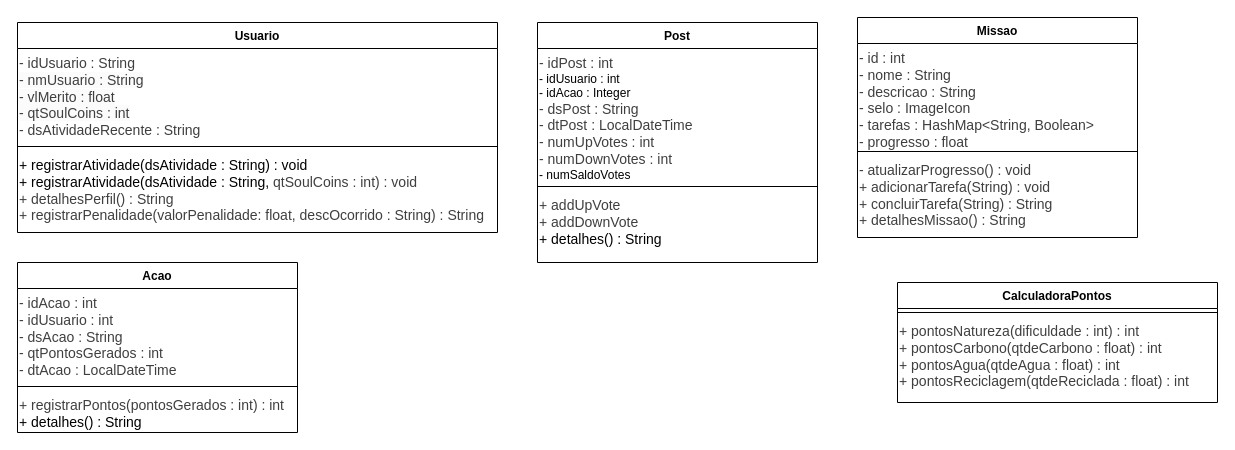
The draw.io diagram diagrams/diagrama-classes.drawio in SolConTech/ecoscore-java-db, before the edit. Source tidied: cells renumbered, new cells numbered last; positions are measured from the earlier drawing's top-left corner, leaving out a move shared by most shapes. Both pictures are drawn from the tidied source at 100%, with x=0, y=0 at pixel (17, 17).
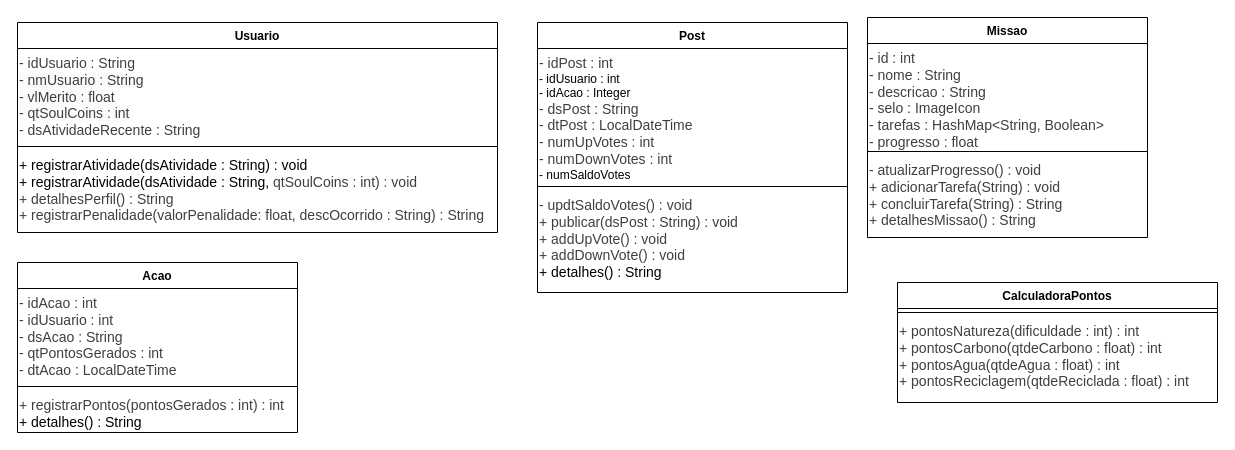
Above is the later version.

Commit message (it also covers changes not shown here):
feat: Classe Post criada.

Diff of the diagram source:
```diff
@@
     <mxCell id="13" value="Missao" style="swimlane;fontStyle=1;align=center;verticalAlign=top;horizontal=1;startSize=26;whiteSpace=wrap;html=1;" parent="1" vertex="1">
-      <mxGeometry x="840" width="280" height="220" as="geometry" />
+      <mxGeometry x="850" width="280" height="220" as="geometry" />
     </mxCell>
@@
     <mxCell id="17" value="Post" style="swimlane;fontStyle=1;align=center;verticalAlign=top;horizontal=1;startSize=26;whiteSpace=wrap;html=1;" parent="1" vertex="1">
-      <mxGeometry x="520" y="5" width="280" height="240" as="geometry" />
+      <mxGeometry x="520" y="5" width="310" height="270" as="geometry" />
     </mxCell>
     <mxCell id="18" value="&lt;font color=&quot;#000000&quot;&gt;&lt;span style=&quot;font-size: 14px; color: rgb(63, 63, 63);&quot;&gt;- idPost : int&lt;/span&gt;&lt;/font&gt;&lt;div&gt;&lt;font color=&quot;#000000&quot;&gt;- idUsuario : int&lt;/font&gt;&lt;/div&gt;&lt;div&gt;&lt;font color=&quot;#000000&quot;&gt;&lt;font color=&quot;#000000&quot;&gt;- idAcao : Integer&lt;br style=&quot;scrollbar-color: rgb(226, 226, 226) rgb(251, 251, 251); color: rgb(63, 63, 63);&quot;&gt;&lt;/font&gt;&lt;span style=&quot;color: rgb(63, 63, 63); font-size: 14px;&quot;&gt;- dsPost : String&lt;/span&gt;&lt;br style=&quot;scrollbar-color: rgb(226, 226, 226) rgb(251, 251, 251); font-size: 14px; color: rgb(63, 63, 63);&quot;&gt;&lt;span style=&quot;color: rgb(63, 63, 63); font-size: 14px;&quot;&gt;- dtPost : LocalDateTime&lt;/span&gt;&lt;/font&gt;&lt;/div&gt;&lt;div&gt;&lt;font color=&quot;#000000&quot;&gt;&lt;span style=&quot;color: rgb(63, 63, 63); font-size: 14px;&quot;&gt;- numUpVotes : int&lt;/span&gt;&lt;/font&gt;&lt;/div&gt;&lt;div&gt;&lt;font color=&quot;#000000&quot;&gt;&lt;span style=&quot;color: rgb(63, 63, 63); font-size: 14px;&quot;&gt;- numDownVotes : int&lt;/span&gt;&lt;/font&gt;&lt;/div&gt;&lt;div&gt;- numSaldoVotes&lt;/div&gt;" style="text;whiteSpace=wrap;html=1;" parent="17" vertex="1">
-      <mxGeometry y="26" width="280" height="134" as="geometry" />
+      <mxGeometry y="26" width="310" height="134" as="geometry" />
     </mxCell>
     <mxCell id="19" style="line;strokeWidth=1;fillColor=none;align=left;verticalAlign=middle;spacingTop=-1;spacingLeft=3;spacingRight=3;labelPosition=right;strokeColor=inherit;" parent="17" vertex="1">
-      <mxGeometry y="160" width="280" height="8" as="geometry" />
+      <mxGeometry y="160" width="310" height="8" as="geometry" />
     </mxCell>
-    <mxCell id="20" value="&lt;div style=&quot;scrollbar-color: rgb(226, 226, 226) rgb(251, 251, 251); color: rgb(63, 63, 63);&quot;&gt;&lt;font color=&quot;#000000&quot;&gt;&lt;span style=&quot;scrollbar-color: rgb(226, 226, 226) rgb(251, 251, 251); font-size: 14px; color: rgb(63, 63, 63);&quot;&gt;+ addUpVote&lt;/span&gt;&lt;/font&gt;&lt;/div&gt;&lt;div style=&quot;scrollbar-color: rgb(226, 226, 226) rgb(251, 251, 251); color: rgb(63, 63, 63);&quot;&gt;&lt;span style=&quot;font-size: 14px;&quot;&gt;+ addDownVote&lt;/span&gt;&lt;/div&gt;&lt;span style=&quot;scrollbar-color: rgb(226, 226, 226) rgb(251, 251, 251); font-size: 14px; color: rgb(63, 63, 63);&quot;&gt;&lt;font color=&quot;#000000&quot;&gt;+ detalhes() : String&lt;/font&gt;&lt;/span&gt;" style="text;whiteSpace=wrap;html=1;" parent="17" vertex="1">
-      <mxGeometry y="168" width="280" height="72" as="geometry" />
+    <mxCell id="20" value="&lt;div style=&quot;scrollbar-color: rgb(226, 226, 226) rgb(251, 251, 251); color: rgb(63, 63, 63);&quot;&gt;&lt;font color=&quot;#000000&quot;&gt;&lt;span style=&quot;scrollbar-color: rgb(226, 226, 226) rgb(251, 251, 251); font-size: 14px; color: rgb(63, 63, 63);&quot;&gt;- updtSaldoVotes() : void&lt;/span&gt;&lt;/font&gt;&lt;/div&gt;&lt;div style=&quot;scrollbar-color: rgb(226, 226, 226) rgb(251, 251, 251); color: rgb(63, 63, 63);&quot;&gt;&lt;font color=&quot;#000000&quot;&gt;&lt;span style=&quot;scrollbar-color: rgb(226, 226, 226) rgb(251, 251, 251); font-size: 14px; color: rgb(63, 63, 63);&quot;&gt;+ publicar(dsPost : String) : void&lt;/span&gt;&lt;/font&gt;&lt;/div&gt;&lt;div style=&quot;scrollbar-color: rgb(226, 226, 226) rgb(251, 251, 251); color: rgb(63, 63, 63);&quot;&gt;&lt;font color=&quot;#000000&quot;&gt;&lt;span style=&quot;scrollbar-color: rgb(226, 226, 226) rgb(251, 251, 251); font-size: 14px; color: rgb(63, 63, 63);&quot;&gt;+ addUpVote() : void&lt;/span&gt;&lt;/font&gt;&lt;/div&gt;&lt;div style=&quot;scrollbar-color: rgb(226, 226, 226) rgb(251, 251, 251); color: rgb(63, 63, 63);&quot;&gt;&lt;span style=&quot;font-size: 14px;&quot;&gt;+ addDownVote() : void&lt;/span&gt;&lt;/div&gt;&lt;span style=&quot;scrollbar-color: rgb(226, 226, 226) rgb(251, 251, 251); font-size: 14px; color: rgb(63, 63, 63);&quot;&gt;&lt;font color=&quot;#000000&quot;&gt;+ detalhes() : String&lt;/font&gt;&lt;/span&gt;" style="text;whiteSpace=wrap;html=1;" parent="17" vertex="1">
+      <mxGeometry y="168" width="310" height="102" as="geometry" />
     </mxCell>
```
